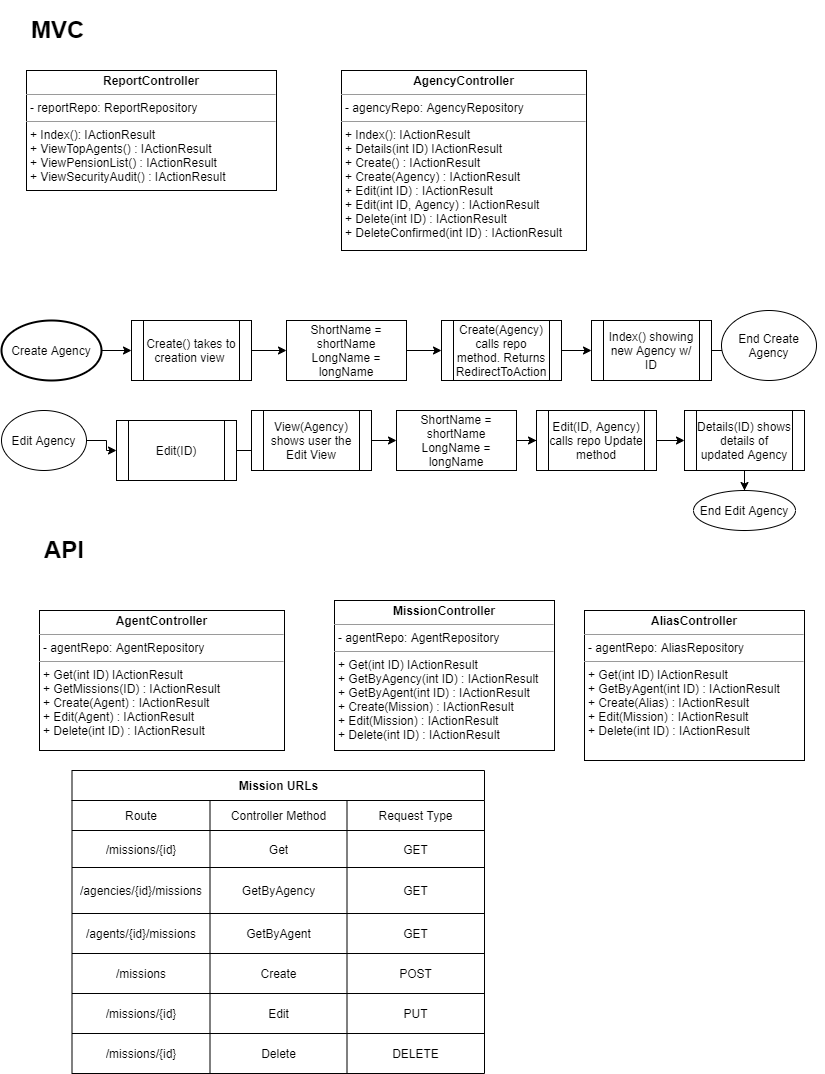
This is FieldAgent/FieldAgentWebDocumentation.png from mfd713/MadelineFriend-cohort-4, a draw.io export, as it was before one commit. Source tidied: cells renumbered, new cells last; positions are measured from the earlier drawing's top-left corner, leaving out a move shared by most shapes.
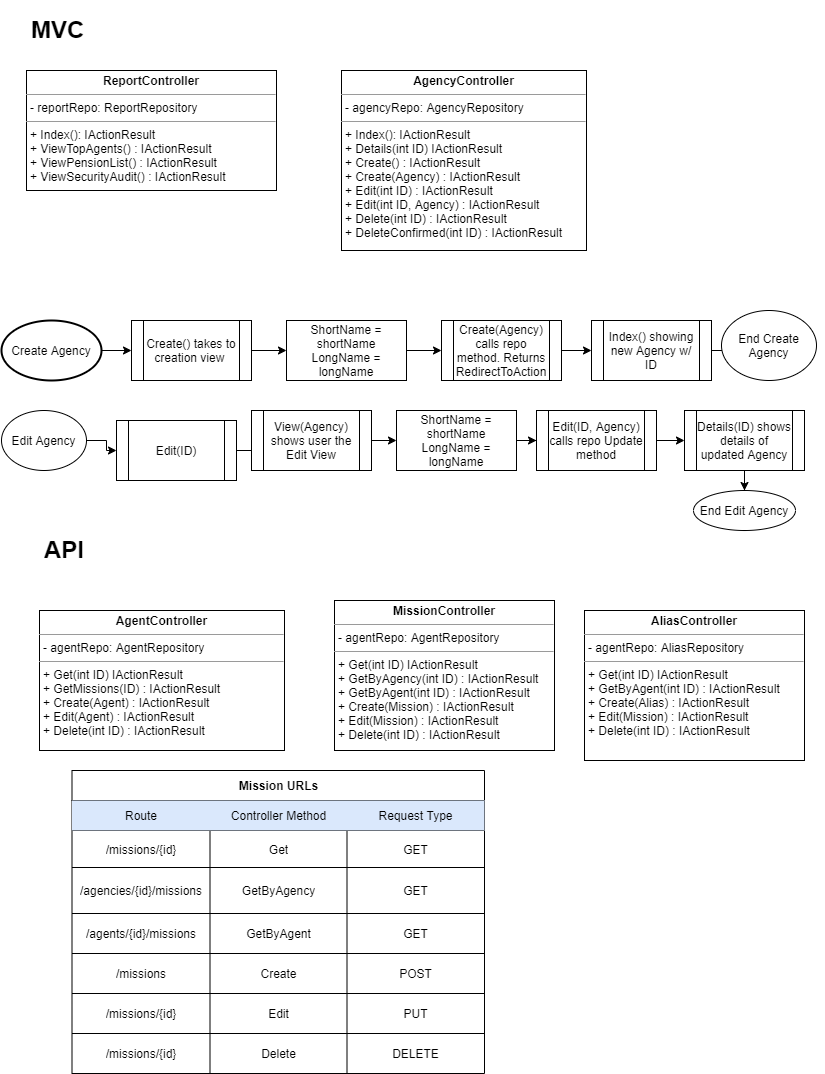
The same diagram one commit later.

The edit, as a diff of the source:
```diff
@@ -26,7 +26,7 @@
     <mxCell id="9" value="Mission URLs" style="shape=table;html=1;whiteSpace=wrap;startSize=30;fontStyle=1;align=center;" parent="1" vertex="1">
       <mxGeometry x="70.5" y="760" width="412.5" height="303" as="geometry" />
     </mxCell>
-    <mxCell id="10" style="shape=partialRectangle;html=1;whiteSpace=wrap;fillColor=none;top=0;left=0;bottom=0;right=0;" parent="9" vertex="1">
+    <mxCell id="10" style="shape=partialRectangle;html=1;whiteSpace=wrap;fillColor=#dae8fc;top=0;left=0;bottom=0;right=0;strokeColor=#6c8ebf;" parent="9" vertex="1">
       <mxGeometry y="30" width="412.5" height="30" as="geometry" />
     </mxCell>
     <mxCell id="11" value="Route" style="shape=partialRectangle;html=1;whiteSpace=wrap;fillColor=none;top=0;left=0;bottom=0;right=0;overflow=hidden;" parent="10" vertex="1">
```
